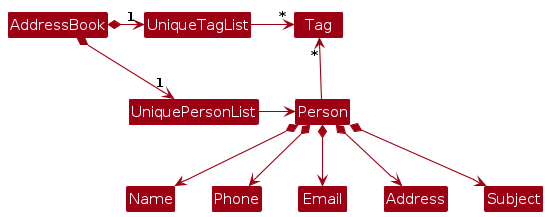
Earlier version of the PlantUML export diagrams/BetterModelClassDiagram.png (MarcusGitty/tp). Its source is kept beside it as diagrams/BetterModelClassDiagram.puml. Source of this version:
```plantuml
@startuml
!include style.puml
skinparam arrowThickness 1.1
skinparam arrowColor MODEL_COLOR
skinparam classBackgroundColor MODEL_COLOR

AddressBook *-right-> "1" UniquePersonList
AddressBook *-right-> "1" UniqueTagList
UniqueTagList -[hidden]down- UniquePersonList
UniqueTagList -[hidden]down- UniquePersonList

UniqueTagList -right-> "*" Tag
UniquePersonList -right-> Person

Person -up-> "*" Tag

Person *--> Name
Person *--> Phone
Person *--> Email
Person *--> Address
Person *--> Subject

@enduml
```
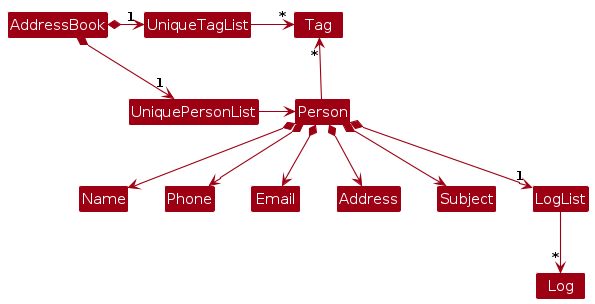
After the commit.

What changed in the source:
```diff
@@ -19,5 +19,7 @@
 Person *--> Email
 Person *--> Address
 Person *--> Subject
+Person *--> "1" LogList
+LogList -down-> "*" Log
 
 @enduml
```
